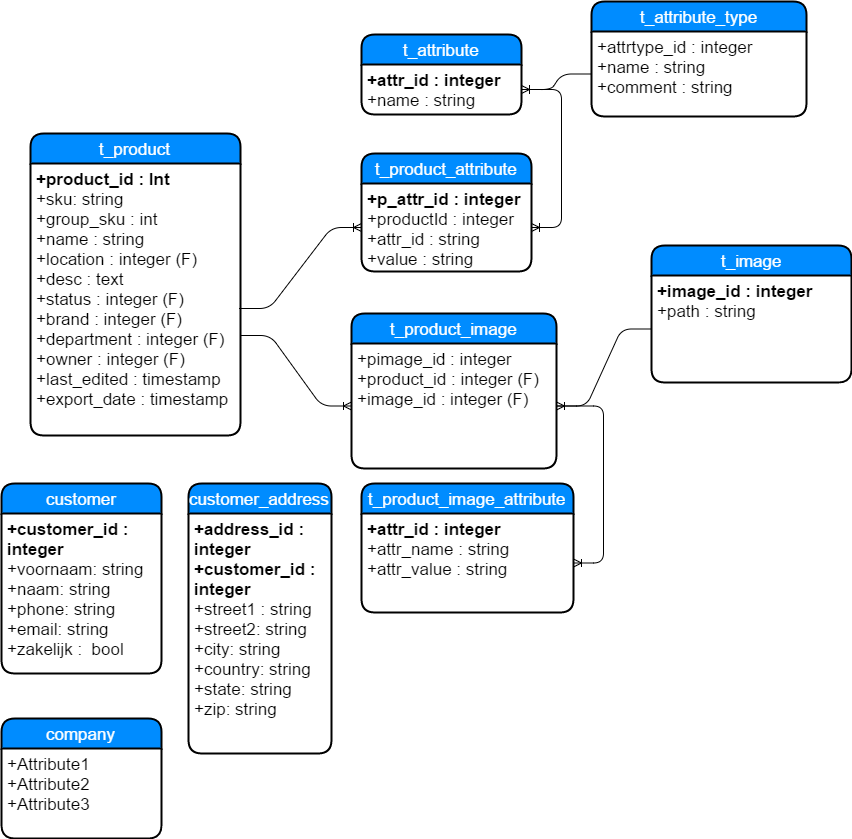
Earlier version of the draw.io export ercpv2.png (Nexxus/NSK). Source tidied: cells renumbered, new cells last; positions are measured from the earlier drawing's top-left corner, leaving out a move shared by most shapes.
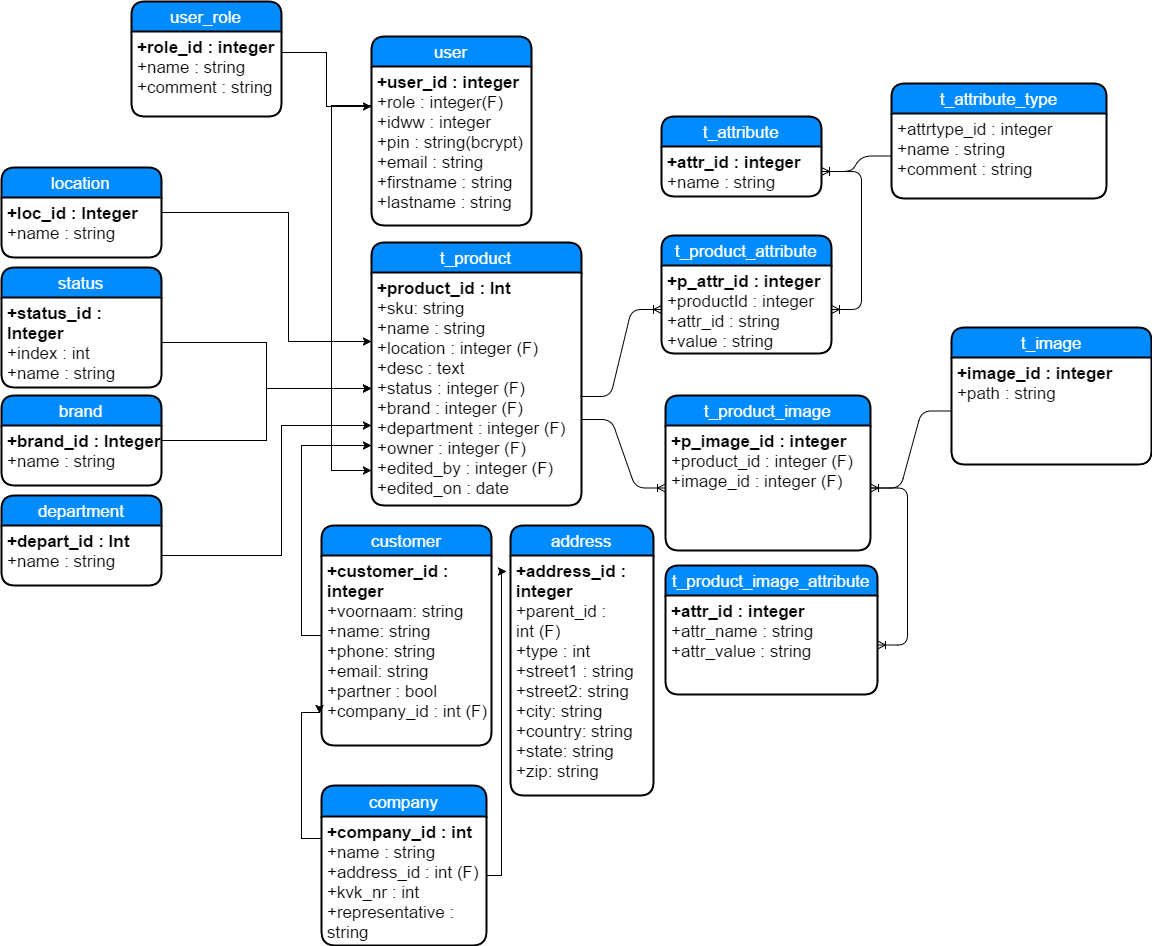
The same file after the commit.

Commit message:
replaced old DB diagram

Change to the diagram source:
```diff
@@ -3,10 +3,10 @@
     <mxCell id="0" />
     <mxCell id="1" parent="0" />
     <mxCell id="2" value="t_&lt;span&gt;product&lt;/span&gt;" style="swimlane;html=1;horizontal=1;startSize=30;fillColor=#008cff;fontColor=#FFFFFF;rounded=1;fontSize=17;fontStyle=0;strokeWidth=2;shadow=0;dashed=0;align=center;" parent="1" vertex="1">
-      <mxGeometry x="29" y="132" width="210" height="302" as="geometry" />
+      <mxGeometry x="70" y="159" width="210" height="263" as="geometry" />
     </mxCell>
-    <mxCell id="3" value="&lt;div&gt;&lt;b&gt;+product_i&lt;span&gt;d : Int&lt;/span&gt;&lt;/b&gt;&lt;/div&gt;+sku: string&lt;br&gt;+group_sku : int&lt;div&gt;+name : string&lt;br&gt;+location : integer (F)&lt;/div&gt;&lt;div&gt;+desc : text&lt;/div&gt;&lt;div&gt;+status : integer (F)&lt;/div&gt;&lt;div&gt;+brand : integer (F)&lt;/div&gt;&lt;div&gt;+department : integer (F)&lt;/div&gt;&lt;div&gt;+owner : integer (F)&lt;/div&gt;&lt;div&gt;+last_edited : timestamp&lt;/div&gt;&lt;div&gt;+export_date : timestamp&lt;/div&gt;" style="whiteSpace=wrap;html=1;align=left;strokeColor=none;fillColor=none;spacingLeft=4;fontSize=17;verticalAlign=top;" parent="2" vertex="1">
-      <mxGeometry y="30" width="210" height="272" as="geometry" />
+    <mxCell id="3" value="&lt;div&gt;&lt;b&gt;+product_i&lt;span&gt;d : Int&lt;/span&gt;&lt;/b&gt;&lt;/div&gt;+sku: string&lt;div&gt;+name : string&lt;br&gt;+location : integer (F)&lt;/div&gt;&lt;div&gt;+desc : text&lt;/div&gt;&lt;div&gt;+status : integer (F)&lt;/div&gt;&lt;div&gt;+brand : integer (F)&lt;/div&gt;&lt;div&gt;+department : integer (F)&lt;/div&gt;&lt;div&gt;+owner : integer (F)&lt;/div&gt;&lt;div&gt;+edited_by : integer (F)&lt;/div&gt;&lt;div&gt;+edited_on : date&lt;/div&gt;" style="whiteSpace=wrap;html=1;align=left;strokeColor=none;fillColor=none;spacingLeft=4;fontSize=17;verticalAlign=top;" parent="2" vertex="1">
+      <mxGeometry y="30" width="210" height="233" as="geometry" />
     </mxCell>
     <mxCell id="4" value="t_product_attribute" style="swimlane;html=1;horizontal=1;startSize=30;fillColor=#008cff;fontColor=#FFFFFF;rounded=1;fontSize=17;fontStyle=0;strokeWidth=2;shadow=0;dashed=0;align=center;" parent="1" vertex="1">
       <mxGeometry x="360" y="152" width="170" height="118" as="geometry" />
@@ -27,15 +27,15 @@
       <mxGeometry y="30" width="200" height="107" as="geometry" />
     </mxCell>
     <mxCell id="10" value="t_product_image_attribute" style="swimlane;html=1;horizontal=1;startSize=30;fillColor=#008cff;fontColor=#FFFFFF;rounded=1;fontSize=17;fontStyle=0;strokeWidth=2;shadow=0;dashed=0;align=center;" parent="1" vertex="1">
-      <mxGeometry x="360" y="482" width="212" height="129" as="geometry" />
+      <mxGeometry x="364" y="482" width="212" height="129" as="geometry" />
     </mxCell>
     <mxCell id="11" value="&lt;b&gt;+attr_id : integer&lt;/b&gt;&lt;div&gt;+attr_name : string&lt;/div&gt;&lt;div&gt;+attr_value : string&lt;/div&gt;" style="whiteSpace=wrap;html=1;align=left;strokeColor=none;fillColor=none;spacingLeft=4;fontSize=17;verticalAlign=top;" parent="10" vertex="1">
       <mxGeometry y="30" width="212" height="99" as="geometry" />
     </mxCell>
     <mxCell id="12" value="t_product_image" style="swimlane;html=1;horizontal=1;startSize=30;fillColor=#008cff;fontColor=#FFFFFF;rounded=1;fontSize=17;fontStyle=0;strokeWidth=2;shadow=0;dashed=0;align=center;" parent="1" vertex="1">
-      <mxGeometry x="350" y="312" width="205" height="155" as="geometry" />
+      <mxGeometry x="364" y="312" width="205" height="155" as="geometry" />
     </mxCell>
-    <mxCell id="13" value="+pimage_id : integer&lt;br&gt;+product_id : integer (F) +image_id : integer (F)" style="whiteSpace=wrap;html=1;align=left;strokeColor=none;fillColor=none;spacingLeft=4;fontSize=17;verticalAlign=top;" parent="12" vertex="1">
+    <mxCell id="13" value="&lt;b&gt;+p_image_id : integer&lt;/b&gt;&lt;br&gt;+product_id : integer (F) +image_id : integer (F)" style="whiteSpace=wrap;html=1;align=left;strokeColor=none;fillColor=none;spacingLeft=4;fontSize=17;verticalAlign=top;" parent="12" vertex="1">
       <mxGeometry y="30" width="205" height="125" as="geometry" />
     </mxCell>
     <mxCell id="14" style="edgeStyle=entityRelationEdgeStyle;html=1;endArrow=ERoneToMany;" parent="1" edge="1" source="9" target="13">
@@ -66,25 +66,140 @@
       <mxGeometry relative="1" as="geometry" />
     </mxCell>
     <mxCell id="23" value="customer" style="swimlane;html=1;horizontal=1;startSize=30;fillColor=#008cff;fontColor=#FFFFFF;rounded=1;fontSize=17;fontStyle=0;strokeWidth=2;shadow=0;dashed=0;align=center;" parent="1" vertex="1">
-      <mxGeometry y="482" width="160" height="190" as="geometry" />
+      <mxGeometry x="20" y="442" width="170" height="220" as="geometry" />
     </mxCell>
-    <mxCell id="24" value="&lt;b&gt;+customer_id : integer&lt;/b&gt;&lt;div&gt;&lt;div&gt;+voornaam&lt;span&gt;: string&lt;/span&gt;&lt;/div&gt;&lt;/div&gt;&lt;div&gt;+naam&lt;span&gt;: string&lt;/span&gt;&lt;/div&gt;&lt;div&gt;+phone&lt;span&gt;: string&lt;/span&gt;&lt;br&gt;&lt;/div&gt;&lt;div&gt;+email&lt;span&gt;: string&lt;/span&gt;&lt;/div&gt;&lt;div&gt;+zakelijk : &amp;nbsp;bool&lt;/div&gt;" style="whiteSpace=wrap;html=1;align=left;strokeColor=none;fillColor=none;spacingLeft=4;fontSize=17;verticalAlign=top;" parent="23" vertex="1">
-      <mxGeometry y="30" width="160" height="160" as="geometry" />
+    <mxCell id="24" value="&lt;b&gt;+customer_id : integer&lt;/b&gt;&lt;div&gt;&lt;div&gt;+voornaam&lt;span&gt;: string&lt;/span&gt;&lt;/div&gt;&lt;/div&gt;&lt;div&gt;+name&lt;span&gt;: string&lt;/span&gt;&lt;/div&gt;&lt;div&gt;+phone&lt;span&gt;: string&lt;/span&gt;&lt;br&gt;&lt;/div&gt;&lt;div&gt;+email&lt;span&gt;: string&lt;/span&gt;&lt;/div&gt;&lt;div&gt;+partner : bool&lt;/div&gt;&lt;div&gt;+company_id : int (F)&lt;/div&gt;" style="whiteSpace=wrap;html=1;align=left;strokeColor=none;fillColor=none;spacingLeft=4;fontSize=17;verticalAlign=top;" parent="23" vertex="1">
+      <mxGeometry y="30" width="170" height="190" as="geometry" />
     </mxCell>
-    <mxCell id="25" value="customer_address" style="swimlane;html=1;horizontal=1;startSize=30;fillColor=#008cff;fontColor=#FFFFFF;rounded=1;fontSize=17;fontStyle=0;strokeWidth=2;shadow=0;dashed=0;align=center;" parent="1" vertex="1">
-      <mxGeometry x="187" y="482" width="143" height="270" as="geometry" />
+    <mxCell id="25" value="address" style="swimlane;html=1;horizontal=1;startSize=30;fillColor=#008cff;fontColor=#FFFFFF;rounded=1;fontSize=17;fontStyle=0;strokeWidth=2;shadow=0;dashed=0;align=center;" parent="1" vertex="1">
+      <mxGeometry x="209" y="442" width="143" height="270" as="geometry" />
     </mxCell>
-    <mxCell id="26" value="&lt;div&gt;&lt;b&gt;+address_id : integer&lt;/b&gt;&lt;/div&gt;&lt;div&gt;&lt;b&gt;+customer_id :&lt;/b&gt;&lt;/div&gt;&lt;div&gt;&lt;b&gt;integer&lt;/b&gt;&lt;/div&gt;&lt;div&gt;+street1 : string&lt;/div&gt;&lt;div&gt;+street2&lt;span&gt;: string&lt;/span&gt;&lt;/div&gt;&lt;div&gt;+city&lt;span&gt;: string&lt;/span&gt;&lt;/div&gt;&lt;div&gt;+country&lt;span&gt;: string&lt;/span&gt;&lt;/div&gt;&lt;div&gt;+state&lt;span&gt;: string&lt;/span&gt;&lt;br&gt;&lt;/div&gt;&lt;div&gt;+zip&lt;span&gt;: string&lt;/span&gt;&lt;/div&gt;" style="whiteSpace=wrap;html=1;align=left;strokeColor=none;fillColor=none;spacingLeft=4;fontSize=17;verticalAlign=top;" parent="25" vertex="1">
+    <mxCell id="26" value="&lt;div&gt;&lt;b&gt;+address_id : integer&lt;/b&gt;&lt;/div&gt;&lt;div&gt;+parent_id :&lt;/div&gt;&lt;div&gt;int (F)&lt;/div&gt;&lt;div&gt;+type : int&lt;/div&gt;&lt;div&gt;+street1 : string&lt;/div&gt;&lt;div&gt;+street2&lt;span&gt;: string&lt;/span&gt;&lt;/div&gt;&lt;div&gt;+city&lt;span&gt;: string&lt;/span&gt;&lt;/div&gt;&lt;div&gt;+country&lt;span&gt;: string&lt;/span&gt;&lt;/div&gt;&lt;div&gt;+state&lt;span&gt;: string&lt;/span&gt;&lt;br&gt;&lt;/div&gt;&lt;div&gt;+zip&lt;span&gt;: string&lt;/span&gt;&lt;/div&gt;" style="whiteSpace=wrap;html=1;align=left;strokeColor=none;fillColor=none;spacingLeft=4;fontSize=17;verticalAlign=top;" parent="25" vertex="1">
       <mxGeometry y="30" width="143" height="240" as="geometry" />
     </mxCell>
     <mxCell id="27" style="edgeStyle=orthogonalEdgeStyle;rounded=0;html=1;exitX=0.75;exitY=0;entryX=0.75;entryY=0;jettySize=auto;orthogonalLoop=1;" parent="25" edge="1" source="26" target="26">
       <mxGeometry relative="1" as="geometry" />
     </mxCell>
-    <mxCell id="28" value="company" style="swimlane;html=1;horizontal=1;startSize=30;fillColor=#008cff;fontColor=#FFFFFF;rounded=1;fontSize=17;fontStyle=0;strokeWidth=2;shadow=0;dashed=0;align=center;" parent="1" vertex="1">
-      <mxGeometry y="717" width="160" height="120" as="geometry" />
+    <mxCell id="28" value="company" style="swimlane;html=1;horizontal=1;startSize=31;fillColor=#008cff;fontColor=#FFFFFF;rounded=1;fontSize=17;fontStyle=0;strokeWidth=2;shadow=0;dashed=0;align=center;" parent="1" vertex="1">
+      <mxGeometry x="20" y="702" width="165" height="160" as="geometry" />
     </mxCell>
-    <mxCell id="29" value="+Attribute1&#10;+Attribute2&#10;+Attribute3" style="whiteSpace=wrap;html=1;align=left;strokeColor=none;fillColor=none;spacingLeft=4;fontSize=17;verticalAlign=top;" parent="28" vertex="1">
-      <mxGeometry y="30" width="160" height="90" as="geometry" />
+    <mxCell id="29" value="&lt;b&gt;+company_id : int&lt;/b&gt;&lt;br&gt;+name : string&lt;br&gt;+address_id : int (F)&lt;div&gt;+kvk_nr : int&lt;/div&gt;&lt;div&gt;+&lt;span&gt;representative : string&lt;/span&gt;&lt;/div&gt;" style="whiteSpace=wrap;html=1;align=left;strokeColor=none;fillColor=none;spacingLeft=4;fontSize=17;verticalAlign=top;" parent="28" vertex="1">
+      <mxGeometry y="31" width="165" height="129" as="geometry" />
     </mxCell>
+    <mxCell id="30" value="location" style="swimlane;html=1;horizontal=1;startSize=30;fillColor=#008cff;fontColor=#FFFFFF;rounded=1;fontSize=17;fontStyle=0;strokeWidth=2;shadow=0;dashed=0;align=center;" parent="1" vertex="1">
+      <mxGeometry x="-300" y="84" width="160" height="90" as="geometry" />
+    </mxCell>
+    <mxCell id="31" value="&lt;b&gt;+loc_id : Integer&lt;/b&gt;&lt;br&gt;+name : string&lt;br&gt;" style="whiteSpace=wrap;html=1;align=left;strokeColor=none;fillColor=none;spacingLeft=4;fontSize=17;verticalAlign=top;" parent="30" vertex="1">
+      <mxGeometry y="30" width="160" height="60" as="geometry" />
+    </mxCell>
+    <mxCell id="32" style="edgeStyle=orthogonalEdgeStyle;rounded=0;html=1;exitX=1;exitY=0.25;jettySize=auto;" parent="1" edge="1" source="31" target="3">
+      <mxGeometry relative="1" as="geometry">
+        <Array as="points">
+          <mxPoint x="-13" y="129" />
+          <mxPoint x="-13" y="258" />
+        </Array>
+      </mxGeometry>
+    </mxCell>
+    <mxCell id="33" value="status" style="swimlane;html=1;horizontal=1;startSize=30;fillColor=#008cff;fontColor=#FFFFFF;rounded=1;fontSize=17;fontStyle=0;strokeWidth=2;shadow=0;dashed=0;align=center;" parent="1" vertex="1">
+      <mxGeometry x="-300" y="184" width="160" height="120" as="geometry" />
+    </mxCell>
+    <mxCell id="34" value="&lt;b&gt;+status_id : Integer&lt;/b&gt;&lt;br&gt;+index : int&lt;br&gt;+name : string" style="whiteSpace=wrap;html=1;align=left;strokeColor=none;fillColor=none;spacingLeft=4;fontSize=17;verticalAlign=top;" parent="33" vertex="1">
+      <mxGeometry y="30" width="160" height="90" as="geometry" />
+    </mxCell>
+    <mxCell id="35" style="edgeStyle=orthogonalEdgeStyle;rounded=0;html=1;exitX=0.5;exitY=0;entryX=0.5;entryY=0;jettySize=auto;orthogonalLoop=1;" parent="1" edge="1" source="33" target="33">
+      <mxGeometry relative="1" as="geometry" />
+    </mxCell>
+    <mxCell id="36" style="edgeStyle=orthogonalEdgeStyle;rounded=0;html=1;exitX=1;exitY=0.5;jettySize=auto;" parent="1" edge="1" source="34" target="3">
+      <mxGeometry relative="1" as="geometry">
+        <Array as="points">
+          <mxPoint x="-35" y="259" />
+          <mxPoint x="-35" y="305" />
+        </Array>
+      </mxGeometry>
+    </mxCell>
+    <mxCell id="37" value="brand" style="swimlane;html=1;horizontal=1;startSize=30;fillColor=#008cff;fontColor=#FFFFFF;rounded=1;fontSize=17;fontStyle=0;strokeWidth=2;shadow=0;dashed=0;align=center;" parent="1" vertex="1">
+      <mxGeometry x="-300" y="312" width="160" height="90" as="geometry" />
+    </mxCell>
+    <mxCell id="38" value="&lt;b&gt;+brand_id : Integer&lt;/b&gt;&lt;br&gt;+name : string&lt;br&gt;" style="whiteSpace=wrap;html=1;align=left;strokeColor=none;fillColor=none;spacingLeft=4;fontSize=17;verticalAlign=top;" parent="37" vertex="1">
+      <mxGeometry y="30" width="160" height="60" as="geometry" />
+    </mxCell>
+    <mxCell id="39" style="edgeStyle=orthogonalEdgeStyle;rounded=0;html=1;exitX=1;exitY=0.25;jettySize=auto;" parent="1" edge="1" source="38" target="3">
+      <mxGeometry relative="1" as="geometry">
+        <Array as="points">
+          <mxPoint x="-35" y="357" />
+          <mxPoint x="-35" y="305" />
+        </Array>
+      </mxGeometry>
+    </mxCell>
+    <mxCell id="40" value="department" style="swimlane;html=1;horizontal=1;startSize=30;fillColor=#008cff;fontColor=#FFFFFF;rounded=1;fontSize=17;fontStyle=0;strokeWidth=2;shadow=0;dashed=0;align=center;" parent="1" vertex="1">
+      <mxGeometry x="-300" y="412" width="160" height="90" as="geometry" />
+    </mxCell>
+    <mxCell id="41" value="&lt;b&gt;+depart_id : Int&lt;/b&gt;&lt;br&gt;+name : string&lt;br&gt;" style="whiteSpace=wrap;html=1;align=left;strokeColor=none;fillColor=none;spacingLeft=4;fontSize=17;verticalAlign=top;" parent="40" vertex="1">
+      <mxGeometry y="30" width="160" height="60" as="geometry" />
+    </mxCell>
+    <mxCell id="42" style="edgeStyle=orthogonalEdgeStyle;rounded=0;html=1;exitX=1;exitY=0.5;jettySize=auto;" parent="1" edge="1" source="41" target="3">
+      <mxGeometry relative="1" as="geometry">
+        <Array as="points">
+          <mxPoint x="-20" y="472" />
+          <mxPoint x="-20" y="342" />
+        </Array>
+      </mxGeometry>
+    </mxCell>
+    <mxCell id="43" style="edgeStyle=orthogonalEdgeStyle;rounded=0;html=1;exitX=0;exitY=0.25;jettySize=auto;" parent="1" edge="1" source="24">
+      <mxGeometry relative="1" as="geometry">
+        <mxPoint x="70" y="362" as="targetPoint" />
+        <Array as="points">
+          <mxPoint x="20" y="552" />
+          <mxPoint y="552" />
+          <mxPoint y="362" />
+        </Array>
+      </mxGeometry>
+    </mxCell>
+    <mxCell id="44" style="edgeStyle=orthogonalEdgeStyle;rounded=0;html=1;exitX=0;exitY=0.25;entryX=-0.01;entryY=0.829;entryPerimeter=0;jettySize=auto;" parent="1" edge="1" source="29" target="24">
+      <mxGeometry relative="1" as="geometry">
+        <Array as="points">
+          <mxPoint y="755" />
+          <mxPoint y="629" />
+        </Array>
+      </mxGeometry>
+    </mxCell>
+    <mxCell id="45" style="edgeStyle=orthogonalEdgeStyle;rounded=0;html=1;exitX=1;exitY=0.25;entryX=-0.025;entryY=0.067;entryPerimeter=0;jettySize=auto;" parent="1" edge="1" source="29" target="26">
+      <mxGeometry relative="1" as="geometry">
+        <Array as="points">
+          <mxPoint x="185" y="792" />
+          <mxPoint x="200" y="792" />
+          <mxPoint x="200" y="488" />
+        </Array>
+      </mxGeometry>
+    </mxCell>
+    <mxCell id="46" value="user" style="swimlane;html=1;horizontal=1;startSize=30;fillColor=#008cff;fontColor=#FFFFFF;rounded=1;fontSize=17;fontStyle=0;strokeWidth=2;shadow=0;dashed=0;align=center;" parent="1" vertex="1">
+      <mxGeometry x="70" y="-47" width="160" height="189" as="geometry" />
+    </mxCell>
+    <mxCell id="47" value="&lt;b&gt;+user_id : integer&lt;/b&gt;&lt;br&gt;+role : integer(F)&lt;br&gt;&lt;div&gt;+idww : integer&lt;br&gt;+pin : string(bcrypt)&lt;br&gt;&lt;div&gt;+email : string&lt;br&gt;&lt;div&gt;+firstname : string&lt;div&gt;+lastname : string&lt;/div&gt;&lt;/div&gt;&lt;/div&gt;&lt;/div&gt;" style="whiteSpace=wrap;html=1;align=left;strokeColor=none;fillColor=none;spacingLeft=4;fontSize=17;verticalAlign=top;" parent="46" vertex="1">
+      <mxGeometry y="30" width="160" height="159" as="geometry" />
+    </mxCell>
+    <mxCell id="48" value="user_role" style="swimlane;html=1;horizontal=1;startSize=30;fillColor=#008cff;fontColor=#FFFFFF;rounded=1;fontSize=17;fontStyle=0;strokeWidth=2;shadow=0;dashed=0;align=center;" parent="1" vertex="1">
+      <mxGeometry x="-170" y="-82" width="150" height="115" as="geometry" />
+    </mxCell>
+    <mxCell id="49" value="&lt;b&gt;+role_id : integer&lt;/b&gt;&lt;div&gt;+name : string&lt;/div&gt;&lt;div&gt;+comment : string&lt;/div&gt;" style="whiteSpace=wrap;html=1;align=left;strokeColor=none;fillColor=none;spacingLeft=4;fontSize=17;verticalAlign=top;" parent="48" vertex="1">
+      <mxGeometry y="30" width="150" height="85" as="geometry" />
+    </mxCell>
+    <mxCell id="50" style="edgeStyle=orthogonalEdgeStyle;rounded=0;html=1;exitX=0.75;exitY=0;entryX=0.75;entryY=0;jettySize=auto;orthogonalLoop=1;" parent="48" edge="1" source="49" target="49">
+      <mxGeometry relative="1" as="geometry" />
+    </mxCell>
+    <mxCell id="51" style="edgeStyle=orthogonalEdgeStyle;rounded=0;html=1;exitX=0.75;exitY=0;entryX=0.75;entryY=0;jettySize=auto;orthogonalLoop=1;" parent="1" edge="1" source="37" target="37">
+      <mxGeometry relative="1" as="geometry" />
+    </mxCell>
+    <mxCell id="52" style="edgeStyle=orthogonalEdgeStyle;rounded=0;html=1;exitX=1;exitY=0.25;entryX=0;entryY=0.25;jettySize=auto;" parent="1" edge="1" source="49" target="47">
+      <mxGeometry relative="1" as="geometry" />
+    </mxCell>
+    <mxCell id="53" style="edgeStyle=orthogonalEdgeStyle;rounded=0;html=1;exitX=0;exitY=0.25;entryX=0;entryY=0.851;entryPerimeter=0;jettySize=auto;" parent="1" edge="1" source="47" target="3">
+      <mxGeometry relative="1" as="geometry">
+        <Array as="points">
+          <mxPoint x="30" y="22" />
+          <mxPoint x="30" y="387" />
+        </Array>
+      </mxGeometry>
+    </mxCell>
   </root>
 </mxGraphModel>
```
